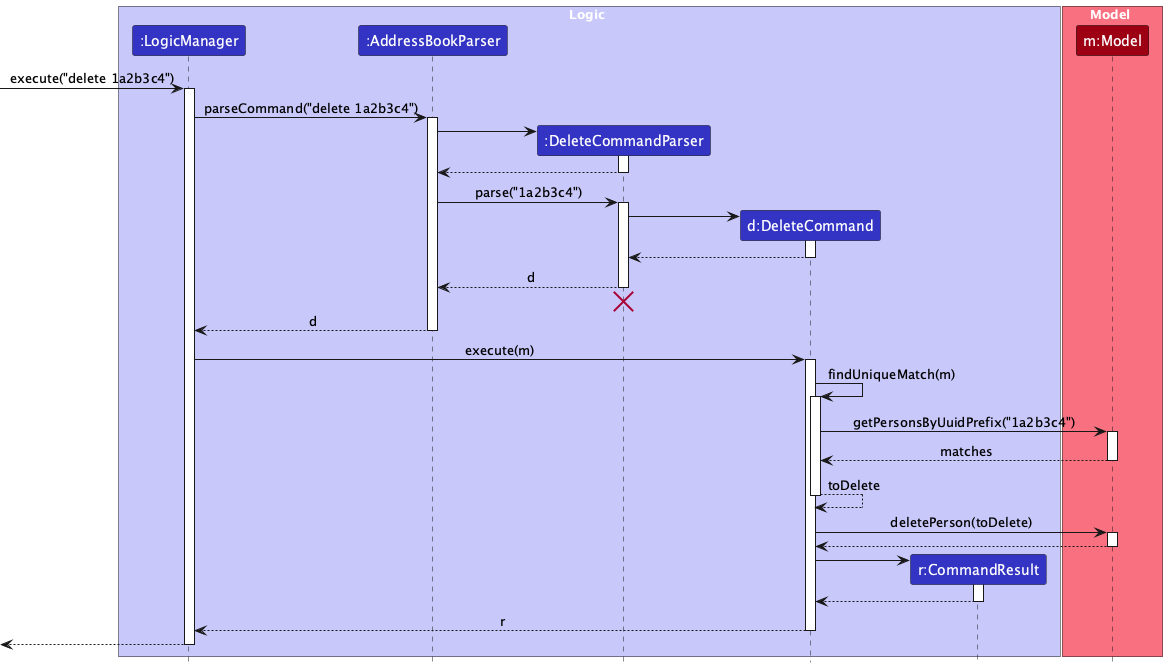
Earlier version of the PlantUML export docs/images/DeleteSequenceDiagram.png (AY2627S1-CS2103T-W08-3/tp). The source it was exported from:
```plantuml
@startuml
!include style.puml
skinparam ArrowFontStyle plain

box Logic LOGIC_COLOR_T1
participant ":LogicManager" as LogicManager LOGIC_COLOR
participant ":AddressBookParser" as AddressBookParser LOGIC_COLOR
participant ":DeleteCommandParser" as DeleteCommandParser LOGIC_COLOR
participant "d:DeleteCommand" as DeleteCommand LOGIC_COLOR
participant "r:CommandResult" as CommandResult LOGIC_COLOR
end box

box Model MODEL_COLOR_T1
participant "m:Model" as Model MODEL_COLOR
end box

[-> LogicManager : execute("delete 1a2b3c4")
activate LogicManager

LogicManager -> AddressBookParser : parseCommand("delete 1a2b3c4")
activate AddressBookParser

create DeleteCommandParser
AddressBookParser -> DeleteCommandParser
activate DeleteCommandParser

DeleteCommandParser --> AddressBookParser
deactivate DeleteCommandParser

AddressBookParser -> DeleteCommandParser : parse("1a2b3c4")
activate DeleteCommandParser

create DeleteCommand
DeleteCommandParser -> DeleteCommand
activate DeleteCommand

DeleteCommand --> DeleteCommandParser :
deactivate DeleteCommand

DeleteCommandParser --> AddressBookParser : d
deactivate DeleteCommandParser
DeleteCommandParser -[hidden]-> AddressBookParser
destroy DeleteCommandParser

AddressBookParser --> LogicManager : d
deactivate AddressBookParser

LogicManager -> DeleteCommand : execute(m)
activate DeleteCommand

DeleteCommand -> DeleteCommand : findUniqueMatch(m)
activate DeleteCommand

DeleteCommand -> Model : getPersonsByUuidPrefix("1a2b3c4")
activate Model

Model --> DeleteCommand : matches
deactivate Model

DeleteCommand --> DeleteCommand : toDelete
deactivate DeleteCommand

DeleteCommand -> Model : deletePerson(toDelete)
activate Model

Model --> DeleteCommand
deactivate Model

create CommandResult
DeleteCommand -> CommandResult
activate CommandResult

CommandResult --> DeleteCommand
deactivate CommandResult

DeleteCommand --> LogicManager : r
deactivate DeleteCommand

[<--LogicManager
deactivate LogicManager
@enduml
```
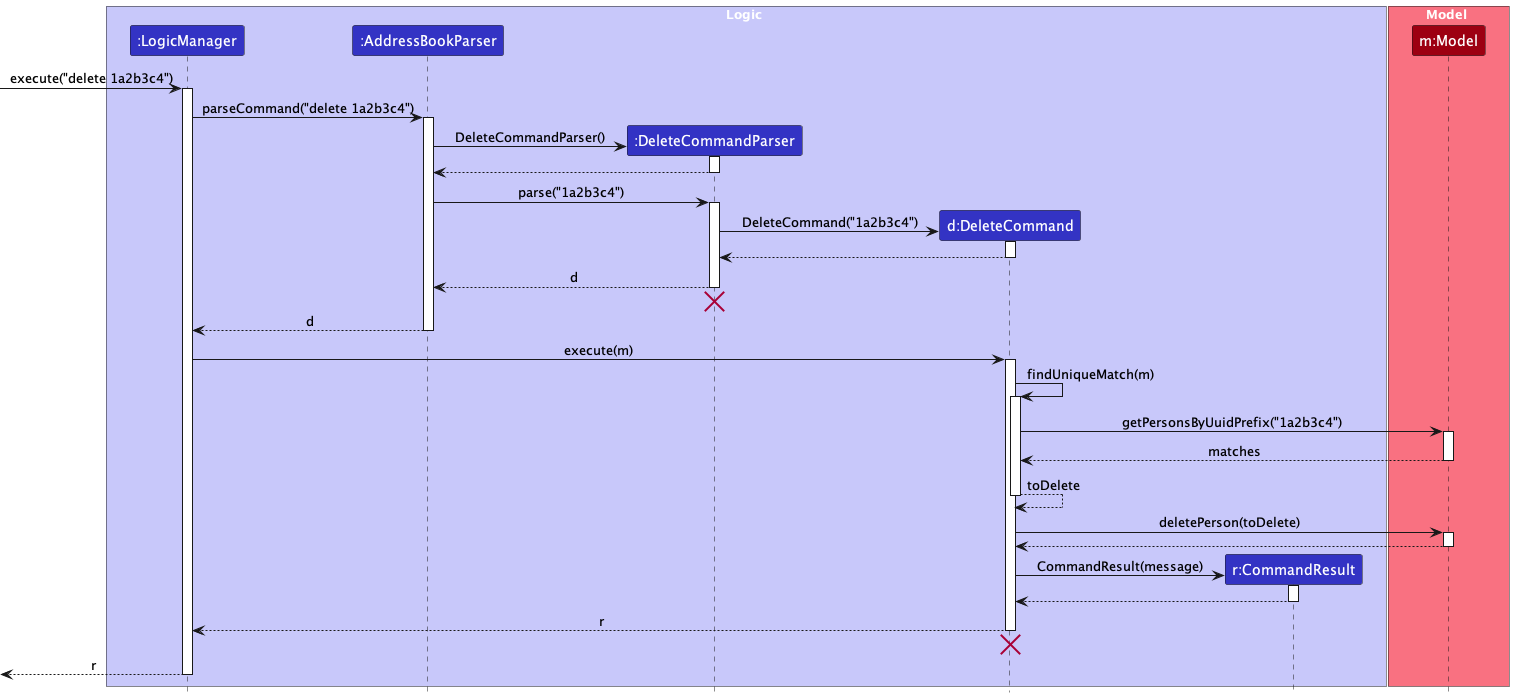
After the commit.

Commit message:
DG: Fix delete and undelete sequence diagrams

Diff of the diagram source:
```diff
@@ -21,7 +21,7 @@
 activate AddressBookParser
 
 create DeleteCommandParser
-AddressBookParser -> DeleteCommandParser
+AddressBookParser -> DeleteCommandParser : DeleteCommandParser()
 activate DeleteCommandParser
 
 DeleteCommandParser --> AddressBookParser
@@ -31,10 +31,10 @@
 activate DeleteCommandParser
 
 create DeleteCommand
-DeleteCommandParser -> DeleteCommand
+DeleteCommandParser -> DeleteCommand : DeleteCommand("1a2b3c4")
 activate DeleteCommand
 
-DeleteCommand --> DeleteCommandParser :
+DeleteCommand --> DeleteCommandParser
 deactivate DeleteCommand
 
 DeleteCommandParser --> AddressBookParser : d
@@ -67,7 +67,7 @@
 deactivate Model
 
 create CommandResult
-DeleteCommand -> CommandResult
+DeleteCommand -> CommandResult : CommandResult(message)
 activate CommandResult
 
 CommandResult --> DeleteCommand
@@ -75,7 +75,9 @@
 
 DeleteCommand --> LogicManager : r
 deactivate DeleteCommand
+DeleteCommand -[hidden]-> LogicManager
+destroy DeleteCommand
 
-[<--LogicManager
+[<--LogicManager : r
 deactivate LogicManager
 @enduml
```
